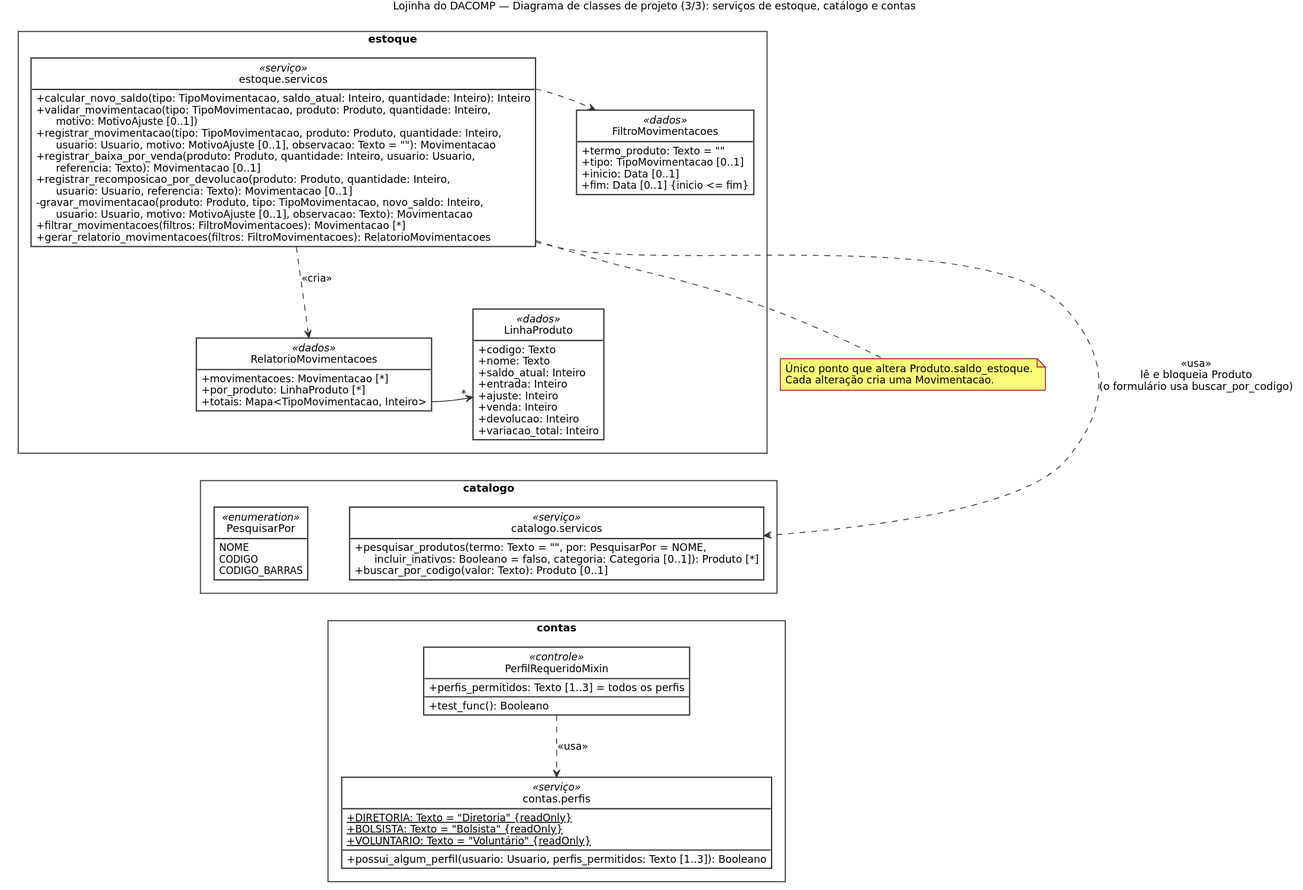
Before: docs/diagramas/classes-servicos-estoque.svg, a diagram exported from PlantUML (PedroGasparetto/sistema-dacomp). Its diagram source:
```plantuml
@startuml classes-servicos-estoque

title Lojinha do DACOMP — Diagrama de classes de projeto (3/3): serviços de estoque, catálogo e contas

skinparam classAttributeIconSize 0
skinparam shadowing false
skinparam defaultFontName DejaVu Sans
skinparam defaultFontSize 12
skinparam packageStyle rectangle
skinparam classBackgroundColor #FFFFFF
skinparam classBorderColor #333333
skinparam packageBorderColor #555555
skinparam arrowColor #333333
skinparam nodesep 50
skinparam ranksep 60
hide empty members
hide circle

package "estoque" {
  class "estoque.servicos" as SE <<serviço>> {
    + calcular_novo_saldo(tipo: TipoMovimentacao, saldo_atual: Inteiro, quantidade: Inteiro): Inteiro
    + validar_movimentacao(tipo: TipoMovimentacao, produto: Produto, quantidade: Inteiro,\n      motivo: MotivoAjuste [0..1])
    + registrar_movimentacao(tipo: TipoMovimentacao, produto: Produto, quantidade: Inteiro,\n      usuario: Usuario, motivo: MotivoAjuste [0..1], observacao: Texto = ""): Movimentacao
    + registrar_baixa_por_venda(produto: Produto, quantidade: Inteiro, usuario: Usuario,\n      referencia: Texto): Movimentacao [0..1]
    + registrar_recomposicao_por_devolucao(produto: Produto, quantidade: Inteiro,\n      usuario: Usuario, referencia: Texto): Movimentacao [0..1]
    - gravar_movimentacao(produto: Produto, tipo: TipoMovimentacao, novo_saldo: Inteiro,\n      usuario: Usuario, motivo: MotivoAjuste [0..1], observacao: Texto): Movimentacao
    + filtrar_movimentacoes(filtros: FiltroMovimentacoes): Movimentacao [*]
    + gerar_relatorio_movimentacoes(filtros: FiltroMovimentacoes): RelatorioMovimentacoes
  }
  class RelatorioMovimentacoes <<dados>> {
    + movimentacoes: Movimentacao [*]
    + por_produto: LinhaProduto [*]
    + totais: Mapa<TipoMovimentacao, Inteiro>
  }
  class FiltroMovimentacoes <<dados>> {
    + termo_produto: Texto = ""
    + tipo: TipoMovimentacao [0..1]
    + inicio: Data [0..1]
    + fim: Data [0..1] {inicio <= fim}
  }
  class LinhaProduto <<dados>> {
    + codigo: Texto
    + nome: Texto
    + saldo_atual: Inteiro
    + entrada: Inteiro
    + ajuste: Inteiro
    + venda: Inteiro
    + devolucao: Inteiro
    + variacao_total: Inteiro
  }
  SE ..> RelatorioMovimentacoes : <<cria>>
  RelatorioMovimentacoes -right-> "*" LinhaProduto
}

package "catalogo" {
  class "catalogo.servicos" as SC <<serviço>> {
    + pesquisar_produtos(termo: Texto = "", por: PesquisarPor = NOME,\n      incluir_inativos: Booleano = falso, categoria: Categoria [0..1]): Produto [*]
    + buscar_por_codigo(valor: Texto): Produto [0..1]
  }
  enum PesquisarPor <<enumeration>> {
    NOME
    CODIGO
    CODIGO_BARRAS
  }
}

package "contas" {
  class "contas.perfis" as SP <<serviço>> {
    + {static} DIRETORIA: Texto = "Diretoria" {readOnly}
    + {static} BOLSISTA: Texto = "Bolsista" {readOnly}
    + {static} VOLUNTARIO: Texto = "Voluntário" {readOnly}
    + possui_algum_perfil(usuario: Usuario, perfis_permitidos: Texto [1..3]): Booleano
  }
  class PerfilRequeridoMixin <<controle>> {
    + perfis_permitidos: Texto [1..3] = todos os perfis
    + test_func(): Booleano
  }
  PerfilRequeridoMixin ..> SP : <<usa>>
}


SE -[hidden]right- FiltroMovimentacoes
SE ..> FiltroMovimentacoes
SE ..> SC : <<usa>>\nlê e bloqueia Produto\n(o formulário usa buscar_por_codigo)
RelatorioMovimentacoes -[hidden]right- LinhaProduto
LinhaProduto -[hidden]down- SC
SC -[hidden]down- PerfilRequeridoMixin

note bottom of SE
  Único ponto que altera Produto.saldo_estoque.
  Cada alteração cria uma Movimentacao.
end note

@enduml
```
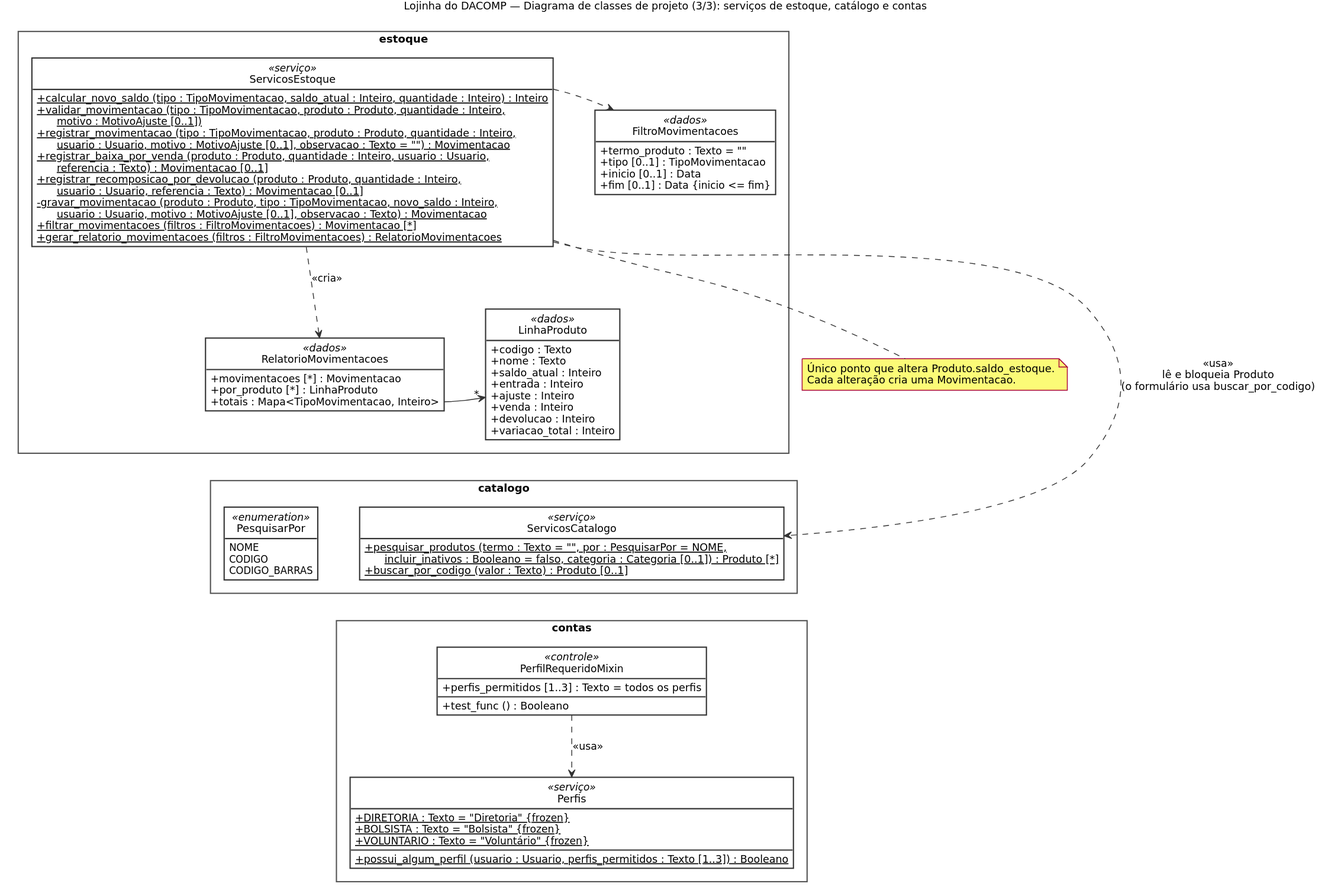
Later version of the same file.

Commit message:
Ajusta o diagrama de classes à notação dos slides da disciplina

Change to the diagram source:
```diff
@@ -17,45 +17,45 @@
 hide circle
 
 package "estoque" {
-  class "estoque.servicos" as SE <<serviço>> {
-    + calcular_novo_saldo(tipo: TipoMovimentacao, saldo_atual: Inteiro, quantidade: Inteiro): Inteiro
-    + validar_movimentacao(tipo: TipoMovimentacao, produto: Produto, quantidade: Inteiro,\n      motivo: MotivoAjuste [0..1])
-    + registrar_movimentacao(tipo: TipoMovimentacao, produto: Produto, quantidade: Inteiro,\n      usuario: Usuario, motivo: MotivoAjuste [0..1], observacao: Texto = ""): Movimentacao
-    + registrar_baixa_por_venda(produto: Produto, quantidade: Inteiro, usuario: Usuario,\n      referencia: Texto): Movimentacao [0..1]
-    + registrar_recomposicao_por_devolucao(produto: Produto, quantidade: Inteiro,\n      usuario: Usuario, referencia: Texto): Movimentacao [0..1]
-    - gravar_movimentacao(produto: Produto, tipo: TipoMovimentacao, novo_saldo: Inteiro,\n      usuario: Usuario, motivo: MotivoAjuste [0..1], observacao: Texto): Movimentacao
-    + filtrar_movimentacoes(filtros: FiltroMovimentacoes): Movimentacao [*]
-    + gerar_relatorio_movimentacoes(filtros: FiltroMovimentacoes): RelatorioMovimentacoes
+  class "ServicosEstoque" as SE <<serviço>> {
+    {static} + calcular_novo_saldo (tipo : TipoMovimentacao, saldo_atual : Inteiro, quantidade : Inteiro) : Inteiro
+    {static} + validar_movimentacao (tipo : TipoMovimentacao, produto : Produto, quantidade : Inteiro,\n      motivo : MotivoAjuste [0..1])
+    {static} + registrar_movimentacao (tipo : TipoMovimentacao, produto : Produto, quantidade : Inteiro,\n      usuario : Usuario, motivo : MotivoAjuste [0..1], observacao : Texto = "") : Movimentacao
+    {static} + registrar_baixa_por_venda (produto : Produto, quantidade : Inteiro, usuario : Usuario,\n      referencia : Texto) : Movimentacao [0..1]
+    {static} + registrar_recomposicao_por_devolucao (produto : Produto, quantidade : Inteiro,\n      usuario : Usuario, referencia : Texto) : Movimentacao [0..1]
+    {static} - gravar_movimentacao (produto : Produto, tipo : TipoMovimentacao, novo_saldo : Inteiro,\n      usuario : Usuario, motivo : MotivoAjuste [0..1], observacao : Texto) : Movimentacao
+    {static} + filtrar_movimentacoes (filtros : FiltroMovimentacoes) : Movimentacao [*]
+    {static} + gerar_relatorio_movimentacoes (filtros : FiltroMovimentacoes) : RelatorioMovimentacoes
   }
   class RelatorioMovimentacoes <<dados>> {
-    + movimentacoes: Movimentacao [*]
-    + por_produto: LinhaProduto [*]
-    + totais: Mapa<TipoMovimentacao, Inteiro>
+    + movimentacoes [*] : Movimentacao
+    + por_produto [*] : LinhaProduto
+    + totais : Mapa<TipoMovimentacao, Inteiro>
   }
   class FiltroMovimentacoes <<dados>> {
-    + termo_produto: Texto = ""
-    + tipo: TipoMovimentacao [0..1]
-    + inicio: Data [0..1]
-    + fim: Data [0..1] {inicio <= fim}
+    + termo_produto : Texto = ""
+    + tipo [0..1] : TipoMovimentacao
+    + inicio [0..1] : Data
+    + fim [0..1] : Data {inicio <= fim}
   }
   class LinhaProduto <<dados>> {
-    + codigo: Texto
-    + nome: Texto
-    + saldo_atual: Inteiro
-    + entrada: Inteiro
-    + ajuste: Inteiro
-    + venda: Inteiro
-    + devolucao: Inteiro
-    + variacao_total: Inteiro
+    + codigo : Texto
+    + nome : Texto
+    + saldo_atual : Inteiro
+    + entrada : Inteiro
+    + ajuste : Inteiro
+    + venda : Inteiro
+    + devolucao : Inteiro
+    + variacao_total : Inteiro
   }
   SE ..> RelatorioMovimentacoes : <<cria>>
   RelatorioMovimentacoes -right-> "*" LinhaProduto
 }
 
 package "catalogo" {
-  class "catalogo.servicos" as SC <<serviço>> {
-    + pesquisar_produtos(termo: Texto = "", por: PesquisarPor = NOME,\n      incluir_inativos: Booleano = falso, categoria: Categoria [0..1]): Produto [*]
-    + buscar_por_codigo(valor: Texto): Produto [0..1]
+  class "ServicosCatalogo" as SC <<serviço>> {
+    {static} + pesquisar_produtos (termo : Texto = "", por : PesquisarPor = NOME,\n      incluir_inativos : Booleano = falso, categoria : Categoria [0..1]) : Produto [*]
+    {static} + buscar_por_codigo (valor : Texto) : Produto [0..1]
   }
   enum PesquisarPor <<enumeration>> {
     NOME
@@ -65,15 +65,15 @@
 }
 
 package "contas" {
-  class "contas.perfis" as SP <<serviço>> {
-    + {static} DIRETORIA: Texto = "Diretoria" {readOnly}
-    + {static} BOLSISTA: Texto = "Bolsista" {readOnly}
-    + {static} VOLUNTARIO: Texto = "Voluntário" {readOnly}
-    + possui_algum_perfil(usuario: Usuario, perfis_permitidos: Texto [1..3]): Booleano
+  class "Perfis" as SP <<serviço>> {
+    + {static} DIRETORIA : Texto = "Diretoria" {frozen}
+    + {static} BOLSISTA : Texto = "Bolsista" {frozen}
+    + {static} VOLUNTARIO : Texto = "Voluntário" {frozen}
+    {static} + possui_algum_perfil (usuario : Usuario, perfis_permitidos : Texto [1..3]) : Booleano
   }
   class PerfilRequeridoMixin <<controle>> {
-    + perfis_permitidos: Texto [1..3] = todos os perfis
-    + test_func(): Booleano
+    + perfis_permitidos [1..3] : Texto = todos os perfis
+    + test_func () : Booleano
   }
   PerfilRequeridoMixin ..> SP : <<usa>>
 }
```
